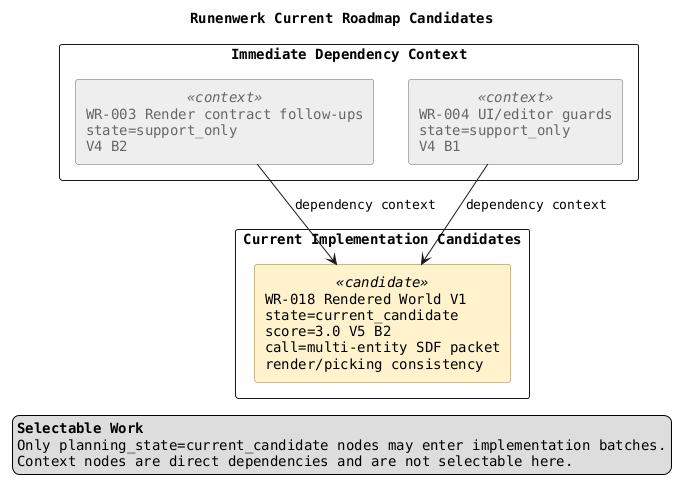
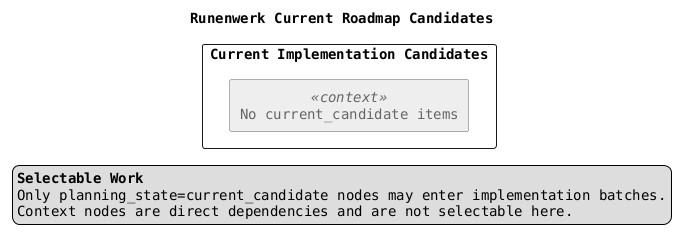
@startuml
title Runenwerk Current Roadmap Candidates

top to bottom direction
skinparam componentStyle rectangle
skinparam shadowing false
skinparam packageStyle rectangle
skinparam defaultFontName Monospaced

skinparam component {
  BackgroundColor<<candidate>> #FFF2CC
  BorderColor<<candidate>> #AA7700
  BackgroundColor<<context>> #EEEEEE
  BorderColor<<context>> #666666
  FontColor<<context>> #666666
}

legend right
  <b>Selectable Work</b>
  Only planning_state=current_candidate nodes may enter implementation batches.
  Context nodes are direct dependencies and are not selectable here.
endlegend

- package "Immediate Dependency Context" {
-   component "WR-003 Render contract follow-ups\nstate=support_only\nV4 B2" as RENDER <<context>>
- 
-   component "WR-004 UI/editor guards\nstate=support_only\nV4 B1" as UIGUARDS <<context>>
+ package "Current Implementation Candidates" {
+   component "No current_candidate items" as NO_CANDIDATES <<context>>

}

- package "Current Implementation Candidates" {
-   component "WR-018 Rendered World V1\nstate=current_candidate\nscore=3.0 V5 B2\ncall=multi-entity SDF packet\nrender/picking consistency" as RENDERWORLD <<candidate>>
- 
- }
- 
- RENDER -down-> RENDERWORLD : dependency context
- UIGUARDS -down-> RENDERWORLD : dependency context

@enduml
